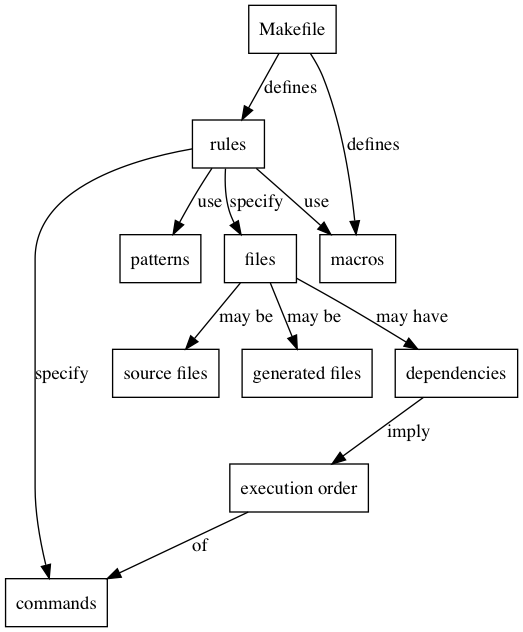
Above: design/concept.png in optionalg/courses-make-for-reproducible-analysis (Graphviz), before the change. Its source is kept beside it as design/concept.dot.
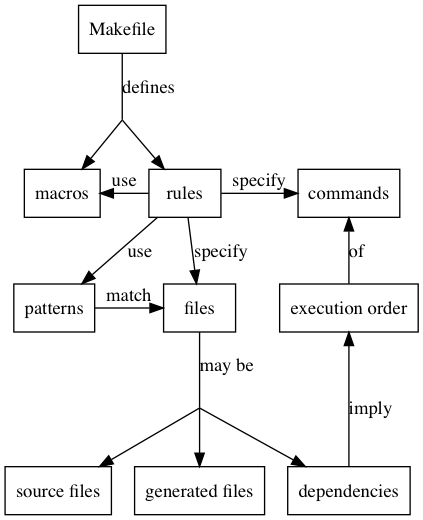
The same diagram one commit later.

Commit message:
Better layout

Change to the diagram source:
```diff
@@ -1,25 +1,48 @@
 digraph conda_concepts {
     node [shape = rectangle];
     Makefile
+    macros
+    rules
+    commands
+    patterns
     files
     dependencies
-    "execution order"
     "source files"
     "generated files"
-    rules
-    patterns
-    macros
-    commands
+    "execution order"
 
-    Makefile -> rules [ label="defines" ]
-    Makefile -> macros [ label="defines" ]
+    {
+      rank=same
+      rankdir=LR
+      macros
+      rules
+      commands
+      macros -> rules [style=invis]
+    }
+
+    {
+      rank=same
+      rankdir=LR
+      "execution order"
+      patterns
+      files
+    }
+
+    i01 [shape=point, width=0, height=0]
+    i03 [shape=point, width=0, height=0]
+
+    Makefile -> i01 [ dir="none", label="defines" ]
+      i01 -> rules
+      i01 -> macros
     rules -> files [ label="specify" ]
     rules -> patterns [ label="use" ]
     rules -> macros [ label="use" ]
     rules -> commands [ label="specify" ]
-    files -> "source files" [ label="may be" ]
-    files -> "generated files" [ label="may be" ]
-    files -> dependencies [ label="may have" ]
+    files -> i03 [ dir="none", label="may be" ]
+      i03 -> "source files"
+      i03 -> "generated files"
+      i03 -> dependencies
+    patterns -> files [ label="match" ]
     dependencies -> "execution order" [ label="imply" ]
     "execution order" -> commands [ label="of" ]
 }
```
